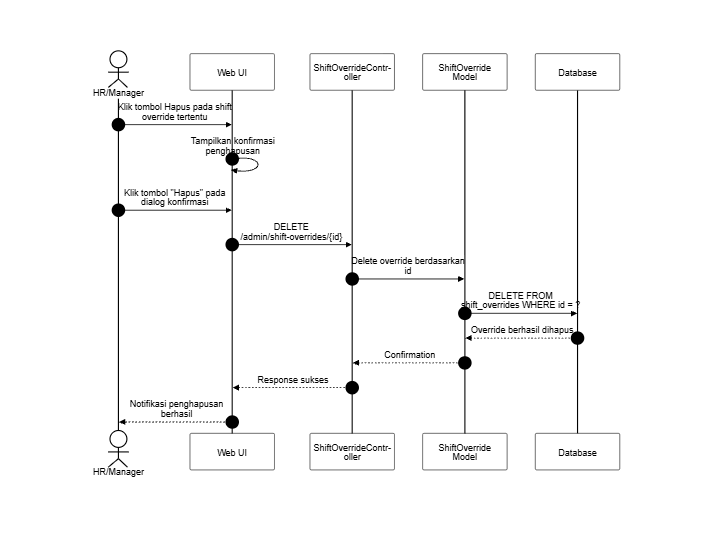
Earlier version of the Mermaid export docs/SequenceDiagram/PNG_Transparent/KelolaShiftOverride-DeleteShift.png (SulaimanHafi23/SimpegRSHDI). Its source is kept beside it as docs/SequenceDiagram/KelolaShiftOverride-DeleteShift.mermaid. Its diagram source:
```mermaid
---
id: KelolaShiftOverride-HapusShiftOverride
title: Kelola Shift Override - Hapus Shift Override
---
%%{init: {"theme": "base", "themeVariables": {"background": "#dddddd", "primaryColor": "#ffffff", "primaryBorderColor": "#000000", "primaryTextColor": "#000000", "lineColor": "#000000", "textColor": "#000000", "actorBkg": "#ffffff", "actorBorder": "#000000", "actorTextColor": "#000000", "activationBkgColor": "#ffffff", "activationBorderColor": "#000000", "signalColor": "#000000", "signalTextColor": "#000000", "labelBoxBkgColor": "#ffffff", "labelBoxBorderColor": "#000000", "labelTextColor": "#000000", "sequenceNumberColor": "#000000", "noteBkgColor": "#ffffff", "noteBorderColor": "#000000", "noteTextColor": "#000000"}, "sequence": {"useMaxWidth": true, "wrap": true, "messageFontSize": 12, "noteFontSize": 12}}}%%
sequenceDiagram
    autonumber
    actor HR as HR/Manager
    participant UI as Web UI
    participant C as ShiftOverrideController
    participant SO as ShiftOverride Model
    participant DB as Database

    HR->>UI: Klik tombol Hapus pada shift override tertentu
    UI->>UI: Tampilkan konfirmasi penghapusan
    HR->>UI: Klik tombol "Hapus" pada dialog konfirmasi
    UI->>C: DELETE /admin/shift-overrides/{id}
    C->>SO: Delete override berdasarkan id
    SO->>DB: DELETE FROM shift_overrides WHERE id = ?
    DB-->>SO: Override berhasil dihapus
    SO-->>C: Confirmation
    C-->>UI: Response sukses
    UI-->>HR: Notifikasi penghapusan berhasil
```
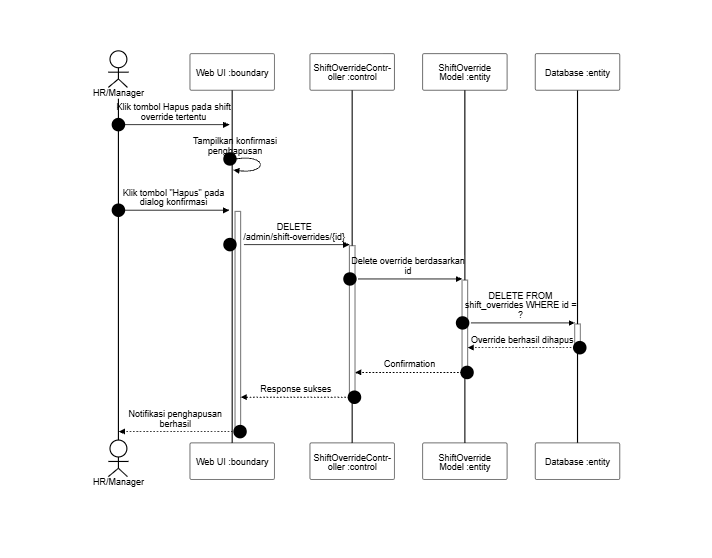
After the commit.

Diff of the diagram source:
```diff
@@ -6,18 +6,18 @@
 sequenceDiagram
     autonumber
     actor HR as HR/Manager
-    participant UI as Web UI
-    participant C as ShiftOverrideController
-    participant SO as ShiftOverride Model
-    participant DB as Database
+    participant UI as Web UI :boundary
+    participant C as ShiftOverrideController :control
+    participant SO as ShiftOverride Model :entity
+    participant DB as Database :entity
 
-    HR->>UI: Klik tombol Hapus pada shift override tertentu
-    UI->>UI: Tampilkan konfirmasi penghapusan
-    HR->>UI: Klik tombol "Hapus" pada dialog konfirmasi
-    UI->>C: DELETE /admin/shift-overrides/{id}
-    C->>SO: Delete override berdasarkan id
-    SO->>DB: DELETE FROM shift_overrides WHERE id = ?
-    DB-->>SO: Override berhasil dihapus
-    SO-->>C: Confirmation
-    C-->>UI: Response sukses
-    UI-->>HR: Notifikasi penghapusan berhasil
+    HR->>+UI: Klik tombol Hapus pada shift override tertentu
+    UI->>+UI: Tampilkan konfirmasi penghapusan
+    HR->>+UI: Klik tombol "Hapus" pada dialog konfirmasi
+    UI->>+C: DELETE /admin/shift-overrides/{id}
+    C->>+SO: Delete override berdasarkan id
+    SO->>+DB: DELETE FROM shift_overrides WHERE id = ?
+    DB-->>-SO: Override berhasil dihapus
+    SO-->>-C: Confirmation
+    C-->>-UI: Response sukses
+    UI-->>-HR: Notifikasi penghapusan berhasil
```
